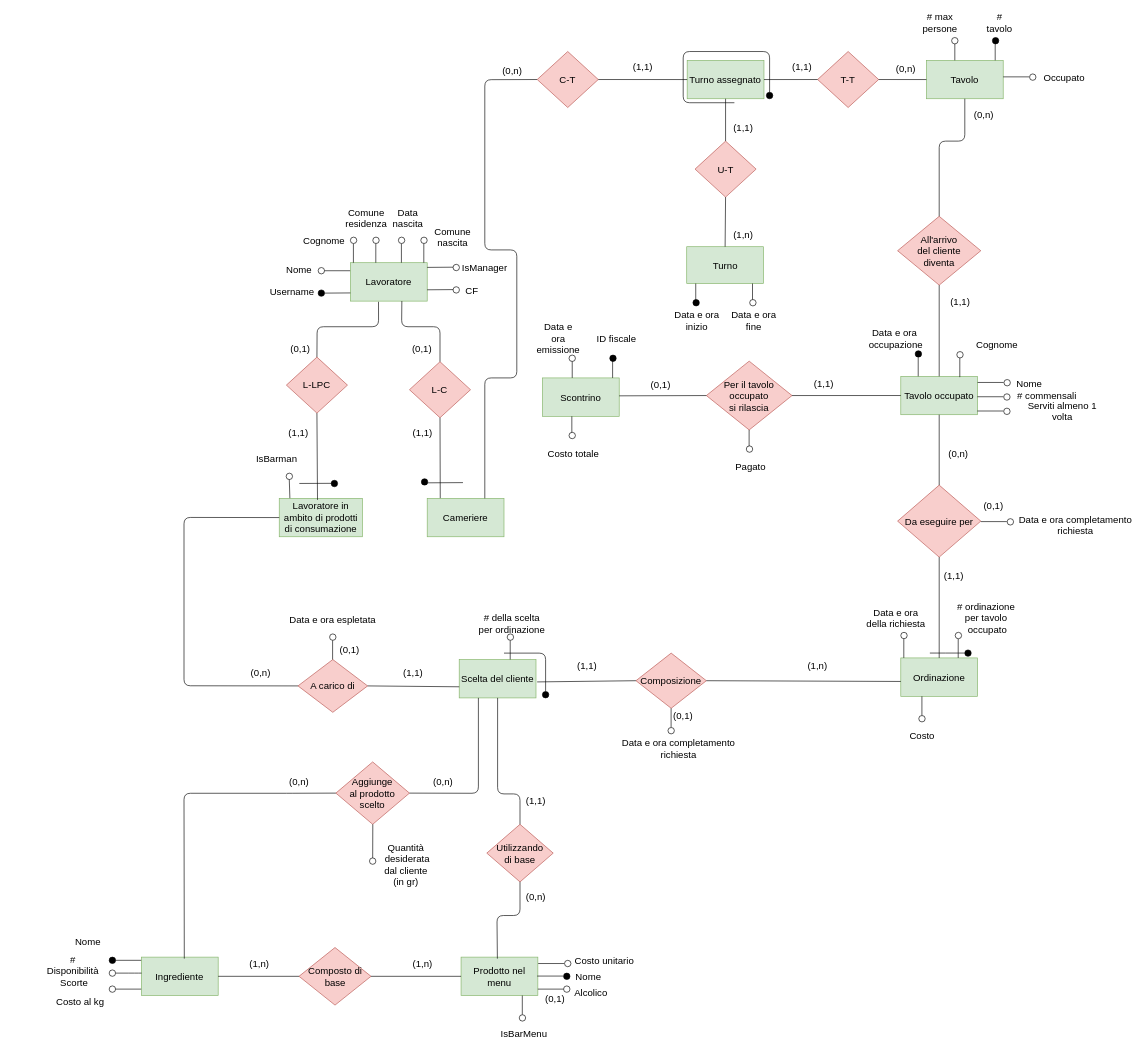
This is RERD/RERD_EditableDiagram.drawio from StefanoBelli/pizzeria, a draw.io file, before an edit. Source tidied: cells renumbered, new cells numbered last; positions are measured from the earlier drawing's top-left corner, leaving out a move shared by most shapes. Both pictures are drawn from the tidied source at 64%, with x=0, y=0 at pixel (11, 16).
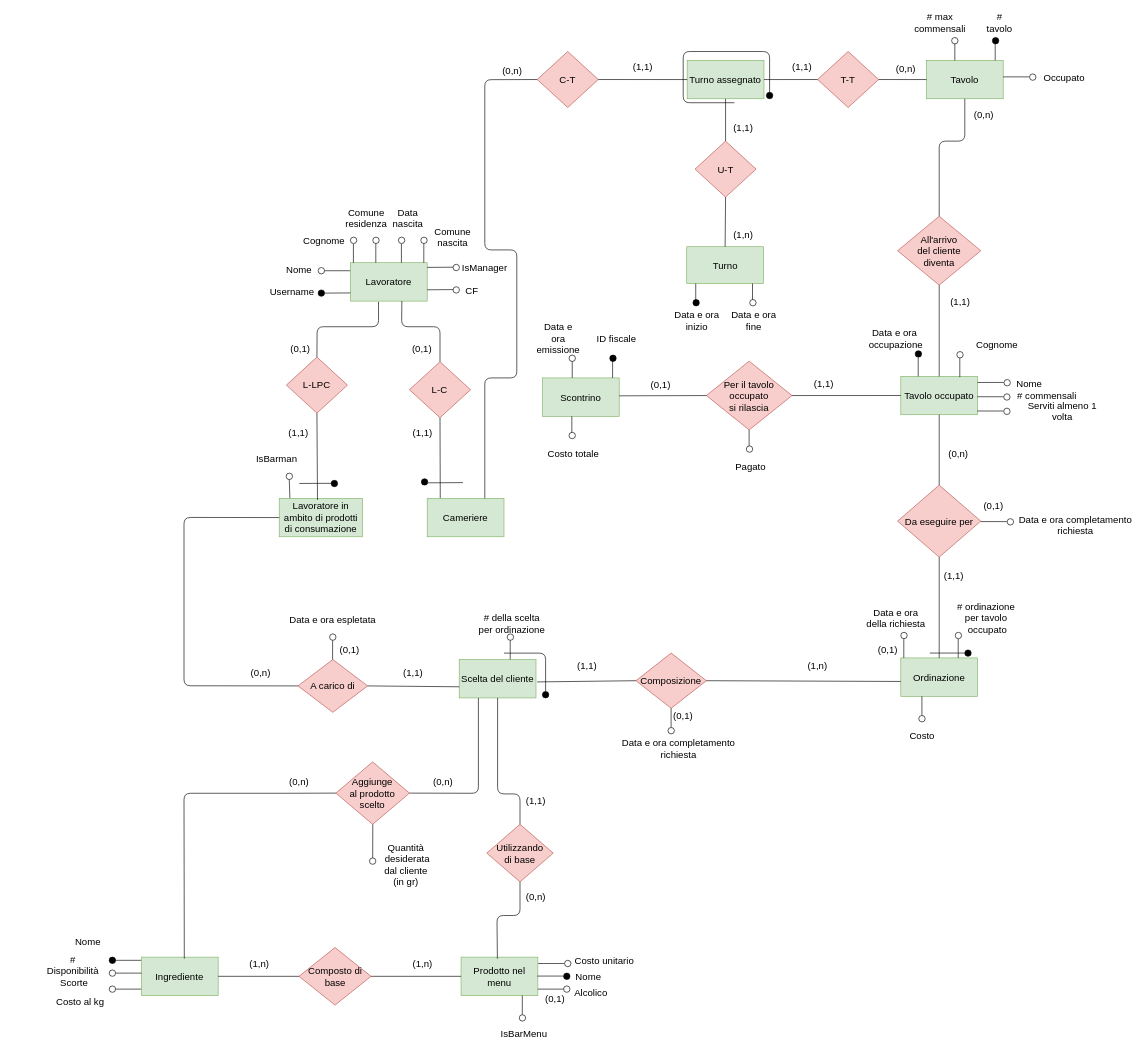
The same page after the edit.

Change to the diagram source:
```diff
@@
-    <mxCell id="107" value="# max&lt;br&gt;persone" style="text;html=1;strokeColor=none;fillColor=none;align=center;verticalAlign=middle;whiteSpace=wrap;rounded=0;fontSize=15;" parent="1" vertex="1">
+    <mxCell id="107" value="# max&lt;br&gt;&lt;div&gt;commensali&lt;/div&gt;" style="text;html=1;strokeColor=none;fillColor=none;align=center;verticalAlign=middle;whiteSpace=wrap;rounded=0;fontSize=15;" parent="1" vertex="1">
       <mxGeometry x="1425" y="-0.2" width="52.5" height="20" as="geometry" />
     </mxCell>
@@
+    <mxCell id="216" value="&lt;font style=&quot;font-size: 15px&quot;&gt;(0,1)&lt;/font&gt;" style="text;html=1;strokeColor=none;fillColor=none;align=center;verticalAlign=middle;whiteSpace=wrap;rounded=0;" parent="1" vertex="1">
+      <mxGeometry x="1350" y="980" width="40" height="20" as="geometry" />
+    </mxCell>
```
